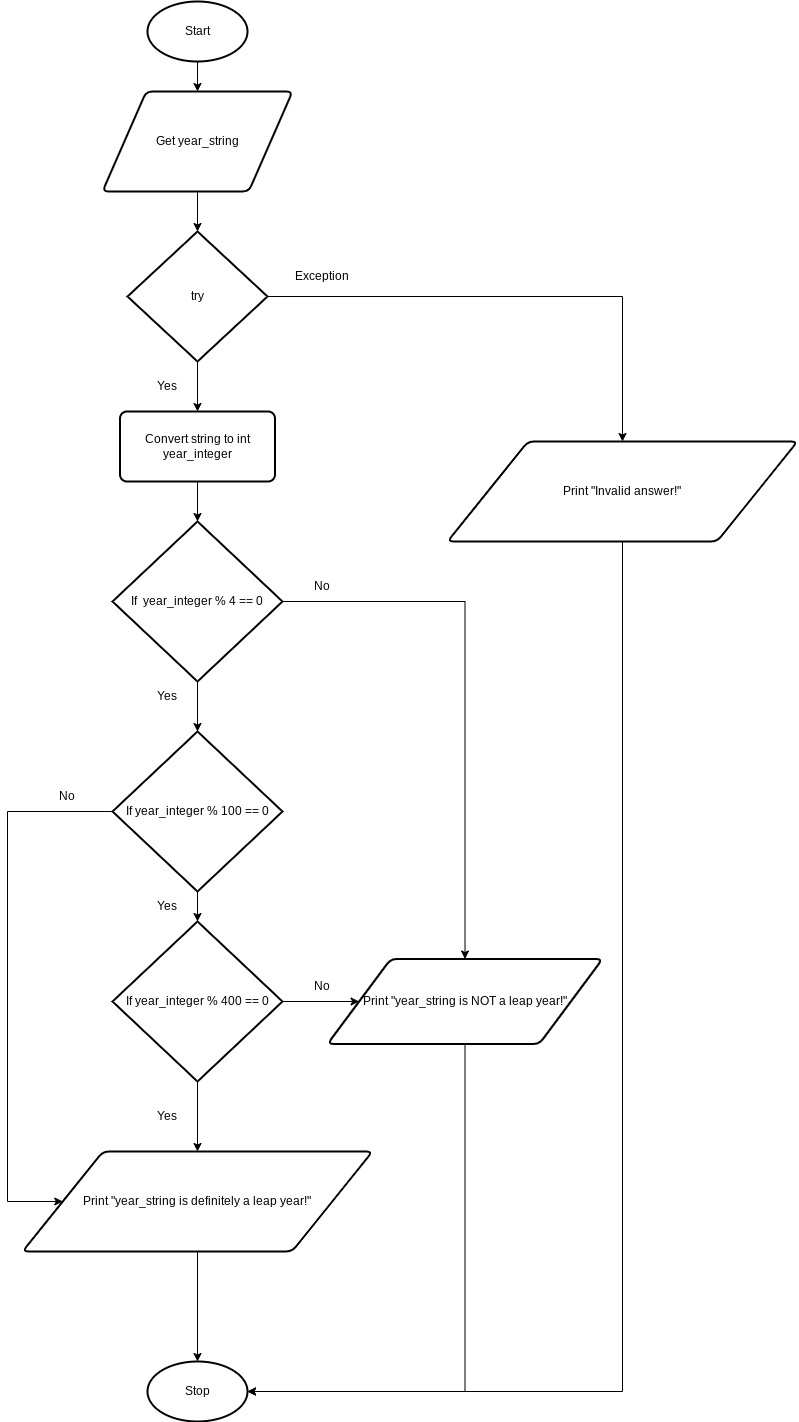
Yiyun-Qin/ICS3U-Unit3-08-Python keeps this draw.io diagram as design.leap_year.flowchart.png. Above is the earlier version. Source tidied: cells renumbered, new cells last; positions are measured from the earlier drawing's top-left corner, leaving out a move shared by most shapes. The source it was exported from:
```xml
<mxGraphModel>
  <root>
    <mxCell id="0" />
    <mxCell id="1" parent="0" />
    <mxCell id="2" style="edgeStyle=none;html=1;exitX=0.5;exitY=1;exitDx=0;exitDy=0;exitPerimeter=0;entryX=0.5;entryY=0;entryDx=0;entryDy=0;" parent="1" edge="1" source="3" target="6">
      <mxGeometry relative="1" as="geometry" />
    </mxCell>
    <mxCell id="3" value="Start" style="strokeWidth=2;html=1;shape=mxgraph.flowchart.start_1;whiteSpace=wrap;" parent="1" vertex="1">
      <mxGeometry x="140" width="100" height="60" as="geometry" />
    </mxCell>
    <mxCell id="4" style="edgeStyle=none;html=1;exitX=0.5;exitY=1;exitDx=0;exitDy=0;entryX=0.5;entryY=0;entryDx=0;entryDy=0;" parent="1" edge="1" source="6">
      <mxGeometry relative="1" as="geometry">
        <mxPoint x="190" y="170" as="targetPoint" />
      </mxGeometry>
    </mxCell>
    <mxCell id="5" style="edgeStyle=none;html=1;exitX=0.5;exitY=1;exitDx=0;exitDy=0;entryX=0.5;entryY=0;entryDx=0;entryDy=0;entryPerimeter=0;" parent="1" edge="1" source="6" target="10">
      <mxGeometry relative="1" as="geometry" />
    </mxCell>
    <mxCell id="6" value="Get year_string" style="shape=parallelogram;html=1;strokeWidth=2;perimeter=parallelogramPerimeter;whiteSpace=wrap;rounded=1;arcSize=12;size=0.23;" parent="1" vertex="1">
      <mxGeometry x="95" y="90" width="190" height="100" as="geometry" />
    </mxCell>
    <mxCell id="7" value="Stop" style="strokeWidth=2;html=1;shape=mxgraph.flowchart.start_1;whiteSpace=wrap;" parent="1" vertex="1">
      <mxGeometry x="140" y="1360" width="100" height="60" as="geometry" />
    </mxCell>
    <mxCell id="8" style="edgeStyle=none;html=1;exitX=0.5;exitY=1;exitDx=0;exitDy=0;exitPerimeter=0;entryX=0.5;entryY=0;entryDx=0;entryDy=0;" parent="1" edge="1" source="10" target="20">
      <mxGeometry relative="1" as="geometry" />
    </mxCell>
    <mxCell id="9" style="edgeStyle=orthogonalEdgeStyle;rounded=0;html=1;exitX=1;exitY=0.5;exitDx=0;exitDy=0;exitPerimeter=0;entryX=0.5;entryY=0;entryDx=0;entryDy=0;" parent="1" edge="1" source="10" target="15">
      <mxGeometry relative="1" as="geometry" />
    </mxCell>
    <mxCell id="10" value="try" style="strokeWidth=2;html=1;shape=mxgraph.flowchart.decision;whiteSpace=wrap;" parent="1" vertex="1">
      <mxGeometry x="120" y="230" width="140" height="130" as="geometry" />
    </mxCell>
    <mxCell id="11" style="edgeStyle=none;html=1;exitX=0.5;exitY=1;exitDx=0;exitDy=0;entryX=0.5;entryY=0;entryDx=0;entryDy=0;entryPerimeter=0;" parent="1" edge="1" source="12" target="7">
      <mxGeometry relative="1" as="geometry" />
    </mxCell>
    <mxCell id="12" value="Print &quot;year_string is definitely a leap year!&quot;" style="shape=parallelogram;html=1;strokeWidth=2;perimeter=parallelogramPerimeter;whiteSpace=wrap;rounded=1;arcSize=12;size=0.23;" parent="1" vertex="1">
      <mxGeometry x="15" y="1150" width="350" height="100" as="geometry" />
    </mxCell>
    <mxCell id="13" value="Yes" style="text;html=1;strokeColor=none;fillColor=none;align=center;verticalAlign=middle;whiteSpace=wrap;rounded=0;" parent="1" vertex="1">
      <mxGeometry x="130" y="370" width="60" height="30" as="geometry" />
    </mxCell>
    <mxCell id="14" style="edgeStyle=orthogonalEdgeStyle;html=1;exitX=0.5;exitY=1;exitDx=0;exitDy=0;entryX=1;entryY=0.5;entryDx=0;entryDy=0;entryPerimeter=0;strokeColor=default;rounded=0;" parent="1" edge="1" source="15" target="7">
      <mxGeometry relative="1" as="geometry" />
    </mxCell>
    <mxCell id="15" value="Print &quot;Invalid answer!&quot;" style="shape=parallelogram;html=1;strokeWidth=2;perimeter=parallelogramPerimeter;whiteSpace=wrap;rounded=1;arcSize=12;size=0.23;" parent="1" vertex="1">
      <mxGeometry x="440" y="440" width="350" height="100" as="geometry" />
    </mxCell>
    <mxCell id="16" style="edgeStyle=none;html=1;exitX=0.5;exitY=1;exitDx=0;exitDy=0;exitPerimeter=0;entryX=0.5;entryY=0;entryDx=0;entryDy=0;entryPerimeter=0;" parent="1" edge="1" source="18" target="23">
      <mxGeometry relative="1" as="geometry" />
    </mxCell>
    <mxCell id="17" style="edgeStyle=orthogonalEdgeStyle;rounded=0;html=1;exitX=1;exitY=0.5;exitDx=0;exitDy=0;exitPerimeter=0;entryX=0.5;entryY=0;entryDx=0;entryDy=0;" parent="1" edge="1" source="18" target="30">
      <mxGeometry relative="1" as="geometry" />
    </mxCell>
    <mxCell id="18" value="If&amp;nbsp; year_integer % 4 == 0" style="strokeWidth=2;html=1;shape=mxgraph.flowchart.decision;whiteSpace=wrap;" parent="1" vertex="1">
      <mxGeometry x="105" y="520" width="170" height="160" as="geometry" />
    </mxCell>
    <mxCell id="19" style="edgeStyle=none;html=1;exitX=0.5;exitY=1;exitDx=0;exitDy=0;entryX=0.5;entryY=0;entryDx=0;entryDy=0;entryPerimeter=0;" parent="1" edge="1" source="20" target="18">
      <mxGeometry relative="1" as="geometry" />
    </mxCell>
    <mxCell id="20" value="Convert string to int year_integer" style="rounded=1;whiteSpace=wrap;html=1;absoluteArcSize=1;arcSize=14;strokeWidth=2;" parent="1" vertex="1">
      <mxGeometry x="112.5" y="410" width="155" height="70" as="geometry" />
    </mxCell>
    <mxCell id="21" style="edgeStyle=none;html=1;exitX=0.5;exitY=1;exitDx=0;exitDy=0;exitPerimeter=0;entryX=0.5;entryY=0;entryDx=0;entryDy=0;entryPerimeter=0;" parent="1" edge="1" source="23" target="26">
      <mxGeometry relative="1" as="geometry" />
    </mxCell>
    <mxCell id="22" style="edgeStyle=orthogonalEdgeStyle;html=1;exitX=0;exitY=0.5;exitDx=0;exitDy=0;exitPerimeter=0;entryX=0;entryY=0.5;entryDx=0;entryDy=0;rounded=0;" parent="1" edge="1" source="23" target="12">
      <mxGeometry relative="1" as="geometry">
        <Array as="points">
          <mxPoint y="810" />
          <mxPoint y="1200" />
        </Array>
      </mxGeometry>
    </mxCell>
    <mxCell id="23" value="If year_integer % 100 == 0" style="strokeWidth=2;html=1;shape=mxgraph.flowchart.decision;whiteSpace=wrap;" parent="1" vertex="1">
      <mxGeometry x="105" y="730" width="170" height="160" as="geometry" />
    </mxCell>
    <mxCell id="24" style="edgeStyle=none;html=1;exitX=0.5;exitY=1;exitDx=0;exitDy=0;exitPerimeter=0;entryX=0.5;entryY=0;entryDx=0;entryDy=0;" parent="1" edge="1" source="26" target="12">
      <mxGeometry relative="1" as="geometry" />
    </mxCell>
    <mxCell id="25" style="edgeStyle=orthogonalEdgeStyle;rounded=0;html=1;exitX=1;exitY=0.5;exitDx=0;exitDy=0;exitPerimeter=0;entryX=0;entryY=0.5;entryDx=0;entryDy=0;" parent="1" edge="1" source="26" target="30">
      <mxGeometry relative="1" as="geometry" />
    </mxCell>
    <mxCell id="26" value="If year_integer % 400 == 0" style="strokeWidth=2;html=1;shape=mxgraph.flowchart.decision;whiteSpace=wrap;" parent="1" vertex="1">
      <mxGeometry x="105" y="920" width="170" height="160" as="geometry" />
    </mxCell>
    <mxCell id="27" value="Yes" style="text;html=1;strokeColor=none;fillColor=none;align=center;verticalAlign=middle;whiteSpace=wrap;rounded=0;" parent="1" vertex="1">
      <mxGeometry x="130" y="680" width="60" height="30" as="geometry" />
    </mxCell>
    <mxCell id="28" value="Yes" style="text;html=1;strokeColor=none;fillColor=none;align=center;verticalAlign=middle;whiteSpace=wrap;rounded=0;" parent="1" vertex="1">
      <mxGeometry x="130" y="890" width="60" height="30" as="geometry" />
    </mxCell>
    <mxCell id="29" style="edgeStyle=orthogonalEdgeStyle;rounded=0;html=1;exitX=0.5;exitY=1;exitDx=0;exitDy=0;entryX=1;entryY=0.5;entryDx=0;entryDy=0;entryPerimeter=0;" parent="1" edge="1" source="30" target="7">
      <mxGeometry relative="1" as="geometry" />
    </mxCell>
    <mxCell id="30" value="Print &quot;year_string is NOT a leap year!&quot;" style="shape=parallelogram;html=1;strokeWidth=2;perimeter=parallelogramPerimeter;whiteSpace=wrap;rounded=1;arcSize=12;size=0.23;" parent="1" vertex="1">
      <mxGeometry x="320" y="957.5" width="275" height="85" as="geometry" />
    </mxCell>
    <mxCell id="31" value="No" style="text;html=1;strokeColor=none;fillColor=none;align=center;verticalAlign=middle;whiteSpace=wrap;rounded=0;" parent="1" vertex="1">
      <mxGeometry x="285" y="570" width="60" height="30" as="geometry" />
    </mxCell>
    <mxCell id="32" value="No" style="text;html=1;strokeColor=none;fillColor=none;align=center;verticalAlign=middle;whiteSpace=wrap;rounded=0;" parent="1" vertex="1">
      <mxGeometry x="30" y="780" width="60" height="30" as="geometry" />
    </mxCell>
    <mxCell id="33" value="Yes" style="text;html=1;strokeColor=none;fillColor=none;align=center;verticalAlign=middle;whiteSpace=wrap;rounded=0;" parent="1" vertex="1">
      <mxGeometry x="130" y="1100" width="60" height="30" as="geometry" />
    </mxCell>
    <mxCell id="34" value="No" style="text;html=1;strokeColor=none;fillColor=none;align=center;verticalAlign=middle;whiteSpace=wrap;rounded=0;" parent="1" vertex="1">
      <mxGeometry x="285" y="970" width="60" height="30" as="geometry" />
    </mxCell>
    <mxCell id="35" value="Exception" style="text;html=1;strokeColor=none;fillColor=none;align=center;verticalAlign=middle;whiteSpace=wrap;rounded=0;" parent="1" vertex="1">
      <mxGeometry x="285" y="260" width="60" height="30" as="geometry" />
    </mxCell>
  </root>
</mxGraphModel>
```
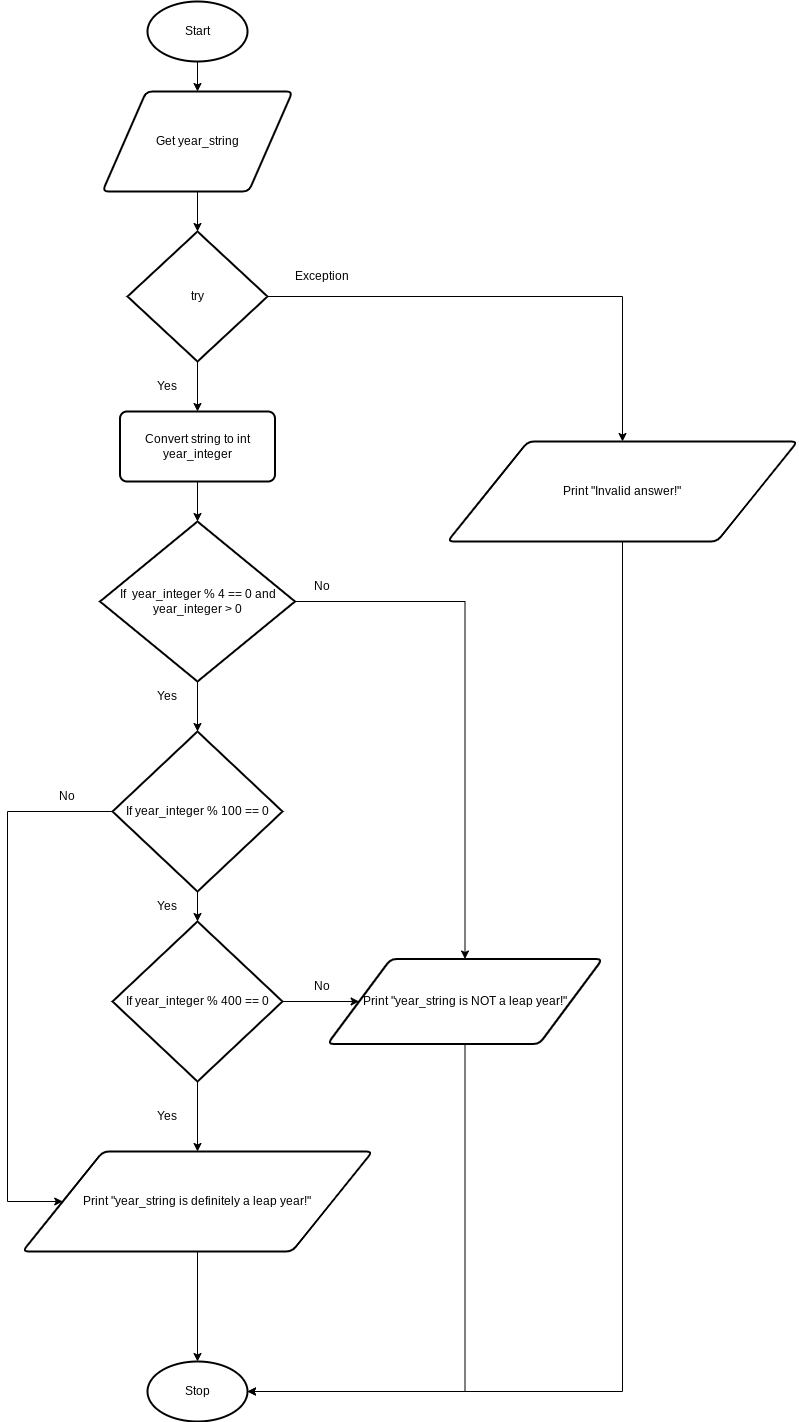
The same file after the commit.

Commit message:
leap year flowchart

The edit, as a diff of the source:
```diff
@@ -52,8 +52,8 @@
     <mxCell id="17" style="edgeStyle=orthogonalEdgeStyle;rounded=0;html=1;exitX=1;exitY=0.5;exitDx=0;exitDy=0;exitPerimeter=0;entryX=0.5;entryY=0;entryDx=0;entryDy=0;" parent="1" edge="1" source="18" target="30">
       <mxGeometry relative="1" as="geometry" />
     </mxCell>
-    <mxCell id="18" value="If&amp;nbsp; year_integer % 4 == 0" style="strokeWidth=2;html=1;shape=mxgraph.flowchart.decision;whiteSpace=wrap;" parent="1" vertex="1">
-      <mxGeometry x="105" y="520" width="170" height="160" as="geometry" />
+    <mxCell id="18" value="If&amp;nbsp; year_integer % 4 == 0 and year_integer &amp;gt; 0" style="strokeWidth=2;html=1;shape=mxgraph.flowchart.decision;whiteSpace=wrap;" parent="1" vertex="1">
+      <mxGeometry x="92.5" y="520" width="195" height="160" as="geometry" />
     </mxCell>
     <mxCell id="19" style="edgeStyle=none;html=1;exitX=0.5;exitY=1;exitDx=0;exitDy=0;entryX=0.5;entryY=0;entryDx=0;entryDy=0;entryPerimeter=0;" parent="1" edge="1" source="20" target="18">
       <mxGeometry relative="1" as="geometry" />
```
